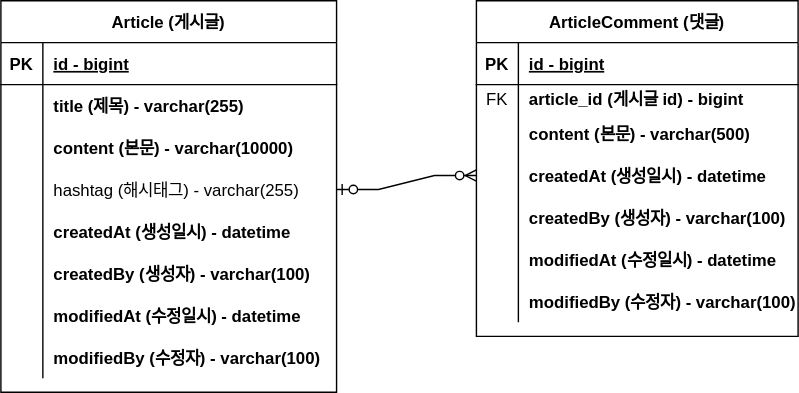
Earlier version of the draw.io export document/project-board-erd.svg (hiyee-gj/project-board). Source tidied: cells renumbered, new cells last; positions are measured from the earlier drawing's top-left corner, leaving out a move shared by most shapes.
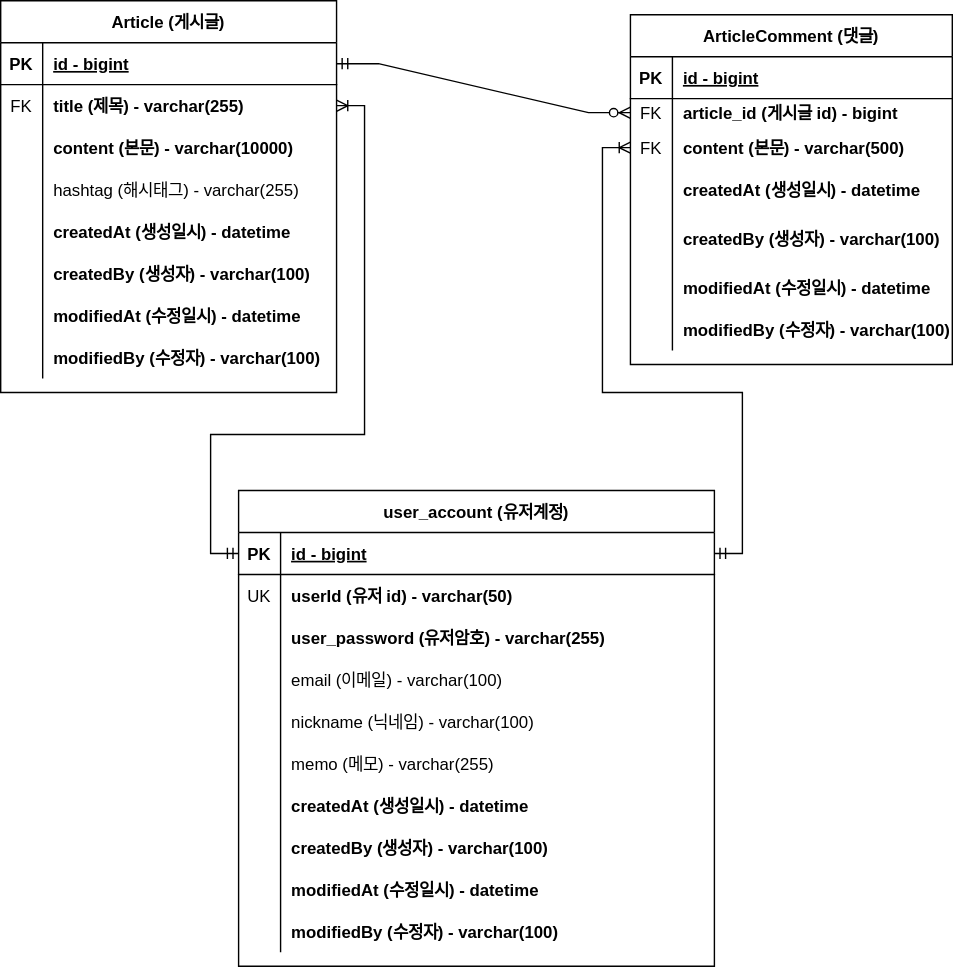
The same file after the commit.

Commit message:
#20 - Add user_account in ERD

Diff of the diagram source:
```diff
@@ -3,7 +3,7 @@
     <mxCell id="0" />
     <mxCell id="1" parent="0" />
     <mxCell id="2" value="Article (게시글)" style="shape=table;startSize=30;rowLines=0;fontStyle=1;align=center;" parent="1" vertex="1">
-      <mxGeometry width="240" height="280" as="geometry" />
+      <mxGeometry x="80" width="240" height="280" as="geometry" />
     </mxCell>
     <mxCell id="3" style="shape=tableRow;horizontal=0;startSize=0;swimlaneHead=0;swimlaneBody=0;fillColor=none;points=[[0,0.5],[1,0.5]];portConstraint=eastwest;top=0;left=0;right=0;bottom=1;" parent="2" vertex="1">
       <mxGeometry y="30" width="240" height="30" as="geometry" />
@@ -17,7 +17,7 @@
     <mxCell id="6" style="shape=tableRow;horizontal=0;startSize=0;swimlaneHead=0;swimlaneBody=0;fillColor=none;points=[[0,0.5],[1,0.5]];portConstraint=eastwest;top=0;left=0;right=0;bottom=0;" parent="2" vertex="1">
       <mxGeometry y="60" width="240" height="30" as="geometry" />
     </mxCell>
-    <mxCell id="7" style="shape=partialRectangle;fillColor=none;top=0;left=0;bottom=0;right=0;overflow=hidden;" parent="6" vertex="1">
+    <mxCell id="7" value="FK" style="shape=partialRectangle;fillColor=none;top=0;left=0;bottom=0;right=0;overflow=hidden;" parent="6" vertex="1">
       <mxGeometry width="30" height="30" as="geometry" />
     </mxCell>
     <mxCell id="8" value="title (제목) - varchar(255)" style="shape=partialRectangle;fillColor=none;top=0;left=0;bottom=0;right=0;align=left;spacingLeft=6;overflow=hidden;fontStyle=1;" parent="6" vertex="1">
@@ -78,7 +78,7 @@
       <mxGeometry x="30" width="210" height="30" as="geometry" />
     </mxCell>
     <mxCell id="27" value="ArticleComment (댓글)" style="shape=table;startSize=30;rowLines=0;fontStyle=1;align=center;" parent="1" vertex="1">
-      <mxGeometry x="340" width="230" height="240" as="geometry" />
+      <mxGeometry x="530" y="10" width="230" height="250" as="geometry" />
     </mxCell>
     <mxCell id="28" style="shape=tableRow;horizontal=0;startSize=0;swimlaneHead=0;swimlaneBody=0;fillColor=none;top=0;left=0;right=0;bottom=1;" parent="27" vertex="1">
       <mxGeometry y="30" width="230" height="30" as="geometry" />
@@ -101,7 +101,7 @@
     <mxCell id="34" style="shape=tableRow;horizontal=0;startSize=0;swimlaneHead=0;swimlaneBody=0;fillColor=none;points=[[0,0.5],[1,0.5]];portConstraint=eastwest;top=0;left=0;right=0;bottom=0;" parent="27" vertex="1">
       <mxGeometry y="80" width="230" height="30" as="geometry" />
     </mxCell>
-    <mxCell id="35" style="shape=partialRectangle;fillColor=none;top=0;left=0;bottom=0;right=0;overflow=hidden;" parent="34" vertex="1">
+    <mxCell id="35" value="FK" style="shape=partialRectangle;fillColor=none;top=0;left=0;bottom=0;right=0;overflow=hidden;" parent="34" vertex="1">
       <mxGeometry width="30" height="30" as="geometry" />
     </mxCell>
     <mxCell id="36" value="content (본문) - varchar(500)" style="shape=partialRectangle;fillColor=none;top=0;left=0;bottom=0;right=0;align=left;spacingLeft=6;overflow=hidden;fontStyle=1;" parent="34" vertex="1">
@@ -117,16 +117,16 @@
       <mxGeometry x="30" width="200" height="30" as="geometry" />
     </mxCell>
     <mxCell id="40" style="shape=tableRow;horizontal=0;startSize=0;swimlaneHead=0;swimlaneBody=0;fillColor=none;top=0;left=0;right=0;bottom=0;" parent="27" vertex="1">
-      <mxGeometry y="140" width="230" height="30" as="geometry" />
+      <mxGeometry y="140" width="230" height="40" as="geometry" />
     </mxCell>
     <mxCell id="41" style="shape=partialRectangle;fillColor=none;top=0;left=0;bottom=0;right=0;overflow=hidden;" parent="40" vertex="1">
-      <mxGeometry width="30" height="30" as="geometry" />
+      <mxGeometry width="30" height="40" as="geometry" />
     </mxCell>
     <mxCell id="42" value="createdBy (생성자) - varchar(100)" style="shape=partialRectangle;fillColor=none;top=0;left=0;bottom=0;right=0;align=left;spacingLeft=6;overflow=hidden;fontStyle=1;" parent="40" vertex="1">
-      <mxGeometry x="30" width="200" height="30" as="geometry" />
+      <mxGeometry x="30" width="200" height="40" as="geometry" />
     </mxCell>
     <mxCell id="43" style="shape=tableRow;horizontal=0;startSize=0;swimlaneHead=0;swimlaneBody=0;fillColor=none;top=0;left=0;right=0;bottom=0;" parent="27" vertex="1">
-      <mxGeometry y="170" width="230" height="30" as="geometry" />
+      <mxGeometry y="180" width="230" height="30" as="geometry" />
     </mxCell>
     <mxCell id="44" style="shape=partialRectangle;fillColor=none;top=0;left=0;bottom=0;right=0;overflow=hidden;" parent="43" vertex="1">
       <mxGeometry width="30" height="30" as="geometry" />
@@ -135,7 +135,7 @@
       <mxGeometry x="30" width="200" height="30" as="geometry" />
     </mxCell>
     <mxCell id="46" style="shape=tableRow;horizontal=0;startSize=0;swimlaneHead=0;swimlaneBody=0;fillColor=none;top=0;left=0;right=0;bottom=0;" parent="27" vertex="1">
-      <mxGeometry y="200" width="230" height="30" as="geometry" />
+      <mxGeometry y="210" width="230" height="30" as="geometry" />
     </mxCell>
     <mxCell id="47" style="shape=partialRectangle;fillColor=none;top=0;left=0;bottom=0;right=0;overflow=hidden;" parent="46" vertex="1">
       <mxGeometry width="30" height="30" as="geometry" />
@@ -143,8 +143,121 @@
     <mxCell id="48" value="modifiedBy (수정자) - varchar(100)" style="shape=partialRectangle;fillColor=none;top=0;left=0;bottom=0;right=0;align=left;spacingLeft=6;overflow=hidden;fontStyle=1;" parent="46" vertex="1">
       <mxGeometry x="30" width="200" height="30" as="geometry" />
     </mxCell>
-    <mxCell id="49" style="edgeStyle=entityRelationEdgeStyle;fontSize=12;html=1;endArrow=ERzeroToMany;startArrow=ERzeroToOne;rounded=0;exitX=1;exitY=0.5;exitDx=0;exitDy=0;entryX=0;entryY=0.5;entryDx=0;entryDy=0;" parent="1" edge="1" source="12" target="37">
+    <mxCell id="49" style="edgeStyle=entityRelationEdgeStyle;fontSize=12;html=1;endArrow=ERzeroToMany;startArrow=ERmandOne;rounded=0;exitX=1;exitY=0.5;exitDx=0;exitDy=0;entryX=0;entryY=0.5;entryDx=0;entryDy=0;startFill=0;" parent="1" edge="1" source="3" target="31">
       <mxGeometry relative="1" as="geometry" />
     </mxCell>
+    <mxCell id="50" value="user_account (유저계정)" style="shape=table;startSize=30;rowLines=0;fontStyle=1;align=center;" parent="1" vertex="1">
+      <mxGeometry x="250" y="350" width="340" height="340" as="geometry" />
+    </mxCell>
+    <mxCell id="51" style="shape=tableRow;horizontal=0;startSize=0;swimlaneHead=0;swimlaneBody=0;fillColor=none;points=[[0,0.5],[1,0.5]];portConstraint=eastwest;top=0;left=0;right=0;bottom=1;" parent="50" vertex="1">
+      <mxGeometry y="30" width="340" height="30" as="geometry" />
+    </mxCell>
+    <mxCell id="52" value="PK" style="shape=partialRectangle;fillColor=none;top=0;left=0;bottom=0;right=0;fontStyle=1;overflow=hidden;" parent="51" vertex="1">
+      <mxGeometry width="30" height="30" as="geometry" />
+    </mxCell>
+    <mxCell id="53" value="id - bigint" style="shape=partialRectangle;fillColor=none;top=0;left=0;bottom=0;right=0;align=left;spacingLeft=6;fontStyle=5;overflow=hidden;" parent="51" vertex="1">
+      <mxGeometry x="30" width="310" height="30" as="geometry" />
+    </mxCell>
+    <mxCell id="54" style="shape=tableRow;horizontal=0;startSize=0;swimlaneHead=0;swimlaneBody=0;fillColor=none;top=0;left=0;right=0;bottom=0;" parent="50" vertex="1">
+      <mxGeometry y="60" width="340" height="30" as="geometry" />
+    </mxCell>
+    <mxCell id="55" value="UK" style="shape=partialRectangle;fillColor=none;top=0;left=0;bottom=0;right=0;overflow=hidden;" parent="54" vertex="1">
+      <mxGeometry width="30" height="30" as="geometry" />
+    </mxCell>
+    <mxCell id="56" value="userId (유저 id) - varchar(50)" style="shape=partialRectangle;fillColor=none;top=0;left=0;bottom=0;right=0;align=left;spacingLeft=6;overflow=hidden;fontStyle=1;" parent="54" vertex="1">
+      <mxGeometry x="30" width="310" height="30" as="geometry" />
+    </mxCell>
+    <mxCell id="57" style="shape=tableRow;horizontal=0;startSize=0;swimlaneHead=0;swimlaneBody=0;fillColor=none;top=0;left=0;right=0;bottom=0;" parent="50" vertex="1">
+      <mxGeometry y="90" width="340" height="30" as="geometry" />
+    </mxCell>
+    <mxCell id="58" style="shape=partialRectangle;fillColor=none;top=0;left=0;bottom=0;right=0;overflow=hidden;" parent="57" vertex="1">
+      <mxGeometry width="30" height="30" as="geometry" />
+    </mxCell>
+    <mxCell id="59" value="user_password (유저암호) - varchar(255)" style="shape=partialRectangle;fillColor=none;top=0;left=0;bottom=0;right=0;align=left;spacingLeft=6;overflow=hidden;fontStyle=1;" parent="57" vertex="1">
+      <mxGeometry x="30" width="310" height="30" as="geometry" />
+    </mxCell>
+    <mxCell id="60" style="shape=tableRow;horizontal=0;startSize=0;swimlaneHead=0;swimlaneBody=0;fillColor=none;top=0;left=0;right=0;bottom=0;" parent="50" vertex="1">
+      <mxGeometry y="120" width="340" height="30" as="geometry" />
+    </mxCell>
+    <mxCell id="61" style="shape=partialRectangle;fillColor=none;top=0;left=0;bottom=0;right=0;overflow=hidden;" parent="60" vertex="1">
+      <mxGeometry width="30" height="30" as="geometry" />
+    </mxCell>
+    <mxCell id="62" value="email (이메일) - varchar(100)" style="shape=partialRectangle;fillColor=none;top=0;left=0;bottom=0;right=0;align=left;spacingLeft=6;overflow=hidden;" parent="60" vertex="1">
+      <mxGeometry x="30" width="310" height="30" as="geometry" />
+    </mxCell>
+    <mxCell id="63" style="shape=tableRow;horizontal=0;startSize=0;swimlaneHead=0;swimlaneBody=0;fillColor=none;top=0;left=0;right=0;bottom=0;" parent="50" vertex="1">
+      <mxGeometry y="150" width="340" height="30" as="geometry" />
+    </mxCell>
+    <mxCell id="64" style="shape=partialRectangle;fillColor=none;top=0;left=0;bottom=0;right=0;overflow=hidden;" parent="63" vertex="1">
+      <mxGeometry width="30" height="30" as="geometry" />
+    </mxCell>
+    <mxCell id="65" value="nickname (닉네임) - varchar(100)" style="shape=partialRectangle;fillColor=none;top=0;left=0;bottom=0;right=0;align=left;spacingLeft=6;overflow=hidden;" parent="63" vertex="1">
+      <mxGeometry x="30" width="310" height="30" as="geometry" />
+    </mxCell>
+    <mxCell id="66" style="shape=tableRow;horizontal=0;startSize=0;swimlaneHead=0;swimlaneBody=0;fillColor=none;top=0;left=0;right=0;bottom=0;" parent="50" vertex="1">
+      <mxGeometry y="180" width="340" height="30" as="geometry" />
+    </mxCell>
+    <mxCell id="67" style="shape=partialRectangle;fillColor=none;top=0;left=0;bottom=0;right=0;overflow=hidden;" parent="66" vertex="1">
+      <mxGeometry width="30" height="30" as="geometry" />
+    </mxCell>
+    <mxCell id="68" value="memo (메모) - varchar(255)" style="shape=partialRectangle;fillColor=none;top=0;left=0;bottom=0;right=0;align=left;spacingLeft=6;overflow=hidden;" parent="66" vertex="1">
+      <mxGeometry x="30" width="310" height="30" as="geometry" />
+    </mxCell>
+    <mxCell id="69" style="shape=tableRow;horizontal=0;startSize=0;swimlaneHead=0;swimlaneBody=0;fillColor=none;top=0;left=0;right=0;bottom=0;" parent="50" vertex="1">
+      <mxGeometry y="210" width="340" height="30" as="geometry" />
+    </mxCell>
+    <mxCell id="70" style="shape=partialRectangle;fillColor=none;top=0;left=0;bottom=0;right=0;overflow=hidden;" parent="69" vertex="1">
+      <mxGeometry width="30" height="30" as="geometry" />
+    </mxCell>
+    <mxCell id="71" value="createdAt (생성일시) - datetime" style="shape=partialRectangle;fillColor=none;top=0;left=0;bottom=0;right=0;align=left;spacingLeft=6;overflow=hidden;fontStyle=1;" parent="69" vertex="1">
+      <mxGeometry x="30" width="310" height="30" as="geometry" />
+    </mxCell>
+    <mxCell id="72" style="shape=tableRow;horizontal=0;startSize=0;swimlaneHead=0;swimlaneBody=0;fillColor=none;top=0;left=0;right=0;bottom=0;" parent="50" vertex="1">
+      <mxGeometry y="240" width="340" height="30" as="geometry" />
+    </mxCell>
+    <mxCell id="73" style="shape=partialRectangle;fillColor=none;top=0;left=0;bottom=0;right=0;overflow=hidden;" parent="72" vertex="1">
+      <mxGeometry width="30" height="30" as="geometry" />
+    </mxCell>
+    <mxCell id="74" value="createdBy (생성자) - varchar(100)" style="shape=partialRectangle;fillColor=none;top=0;left=0;bottom=0;right=0;align=left;spacingLeft=6;overflow=hidden;fontStyle=1;" parent="72" vertex="1">
+      <mxGeometry x="30" width="310" height="30" as="geometry" />
+    </mxCell>
+    <mxCell id="75" style="shape=tableRow;horizontal=0;startSize=0;swimlaneHead=0;swimlaneBody=0;fillColor=none;top=0;left=0;right=0;bottom=0;" parent="50" vertex="1">
+      <mxGeometry y="270" width="340" height="30" as="geometry" />
+    </mxCell>
+    <mxCell id="76" style="shape=partialRectangle;fillColor=none;top=0;left=0;bottom=0;right=0;overflow=hidden;" parent="75" vertex="1">
+      <mxGeometry width="30" height="30" as="geometry" />
+    </mxCell>
+    <mxCell id="77" value="modifiedAt (수정일시) - datetime" style="shape=partialRectangle;fillColor=none;top=0;left=0;bottom=0;right=0;align=left;spacingLeft=6;overflow=hidden;fontStyle=1;" parent="75" vertex="1">
+      <mxGeometry x="30" width="310" height="30" as="geometry" />
+    </mxCell>
+    <mxCell id="78" style="shape=tableRow;horizontal=0;startSize=0;swimlaneHead=0;swimlaneBody=0;fillColor=none;top=0;left=0;right=0;bottom=0;" parent="50" vertex="1">
+      <mxGeometry y="300" width="340" height="30" as="geometry" />
+    </mxCell>
+    <mxCell id="79" style="shape=partialRectangle;fillColor=none;top=0;left=0;bottom=0;right=0;overflow=hidden;" parent="78" vertex="1">
+      <mxGeometry width="30" height="30" as="geometry" />
+    </mxCell>
+    <mxCell id="80" value="modifiedBy (수정자) - varchar(100)" style="shape=partialRectangle;fillColor=none;top=0;left=0;bottom=0;right=0;align=left;spacingLeft=6;overflow=hidden;fontStyle=1;" parent="78" vertex="1">
+      <mxGeometry x="30" width="310" height="30" as="geometry" />
+    </mxCell>
+    <mxCell id="81" style="edgeStyle=orthogonalEdgeStyle;rounded=0;jettySize=auto;html=1;exitX=0;exitY=0.5;exitDx=0;exitDy=0;endArrow=ERoneToMany;endFill=0;startArrow=ERmandOne;startFill=0;" parent="1" edge="1" source="51" target="6">
+      <mxGeometry relative="1" as="geometry">
+        <Array as="points">
+          <mxPoint x="230" y="395" />
+          <mxPoint x="230" y="310" />
+          <mxPoint x="340" y="310" />
+          <mxPoint x="340" y="75" />
+        </Array>
+      </mxGeometry>
+    </mxCell>
+    <mxCell id="82" style="edgeStyle=orthogonalEdgeStyle;rounded=0;jettySize=auto;html=1;exitX=1;exitY=0.5;exitDx=0;exitDy=0;startArrow=ERmandOne;startFill=0;endArrow=ERoneToMany;endFill=0;entryX=0;entryY=0.5;entryDx=0;entryDy=0;" parent="1" edge="1" source="51" target="34">
+      <mxGeometry relative="1" as="geometry">
+        <Array as="points">
+          <mxPoint x="610" y="395" />
+          <mxPoint x="610" y="280" />
+          <mxPoint x="510" y="280" />
+          <mxPoint x="510" y="105" />
+        </Array>
+      </mxGeometry>
+    </mxCell>
   </root>
 </mxGraphModel>
```
